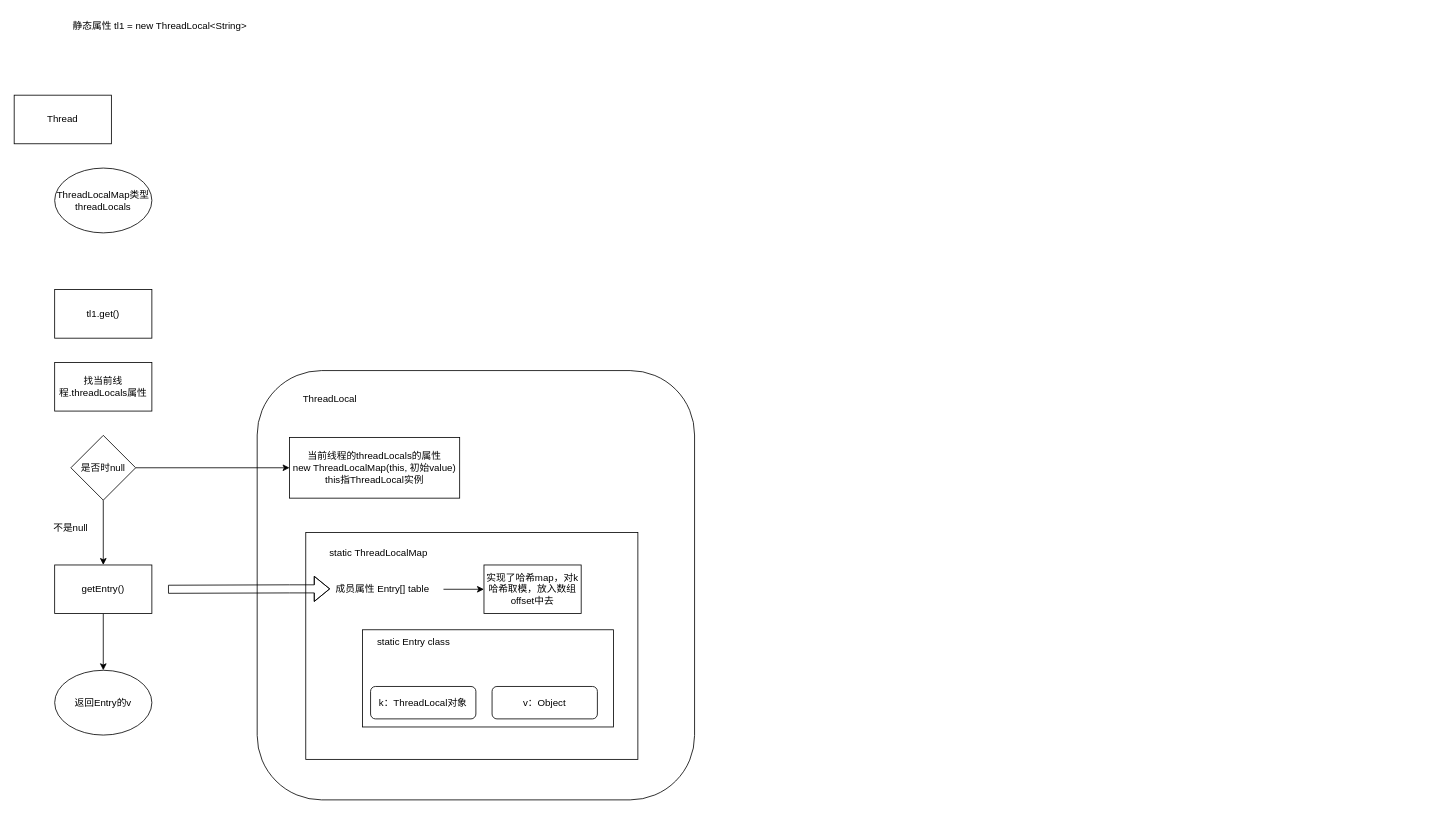
liponn/blog keeps this draw.io diagram as some.drawio. Above is the earlier version. Source tidied: cells renumbered, new cells numbered last; positions are measured from the earlier drawing's top-left corner, leaving out a move shared by most shapes. Both pictures are drawn from the tidied source at 81%, with x=0, y=0 at pixel (14, 14).
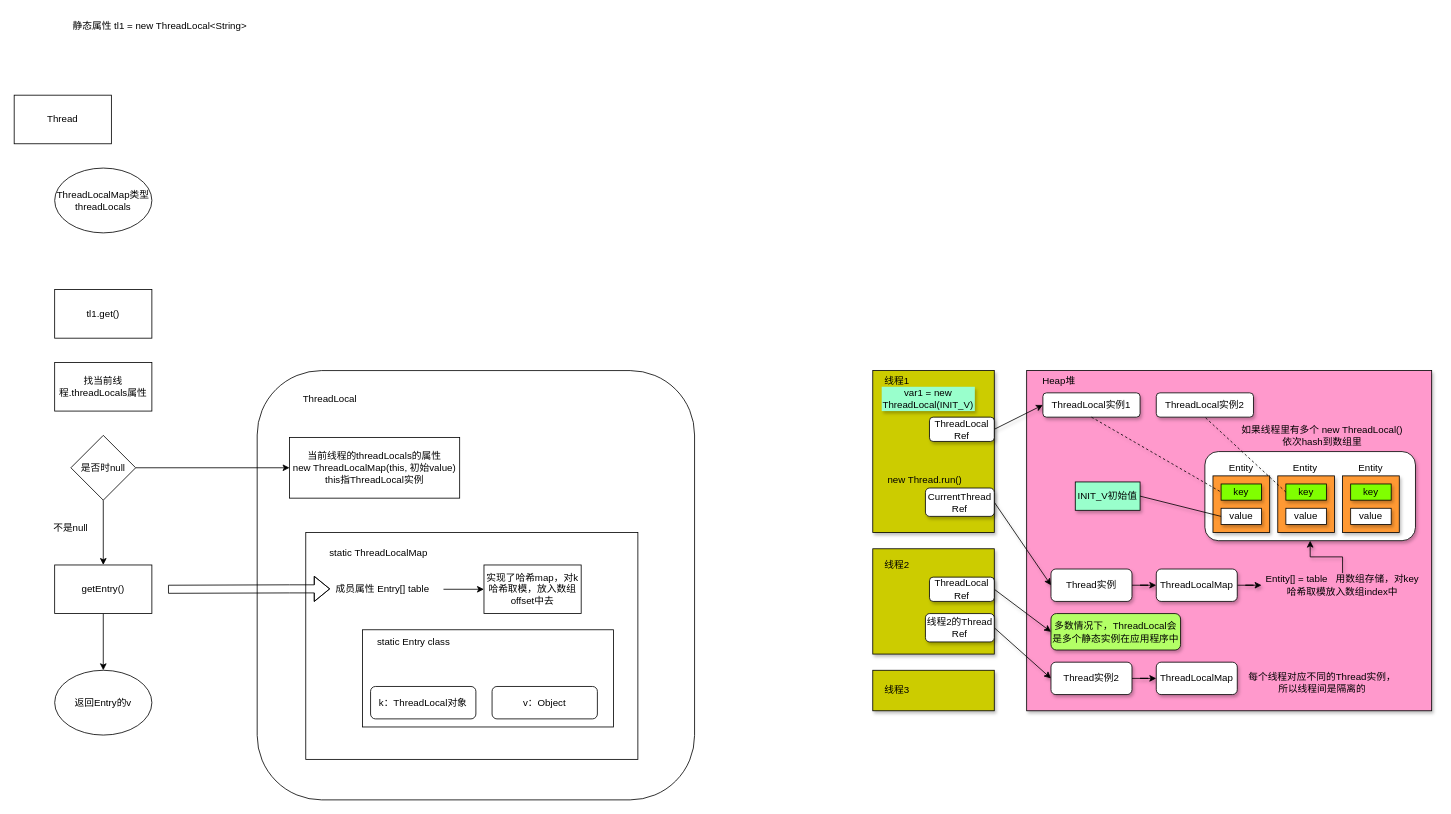
The same page after the edit.

What changed in the source:
```diff
@@
+    <mxCell id="27" style="rounded=0;whiteSpace=wrap;html=1;fillColor=#FF99CC;shadow=1;" parent="1" vertex="1">
+      <mxGeometry x="1250" y="440" width="500" height="420" as="geometry" />
+    </mxCell>
@@
+    <mxCell id="28" style="rounded=0;whiteSpace=wrap;html=1;fillColor=#CCCC00;shadow=1;" parent="1" vertex="1">
+      <mxGeometry x="1060" y="440" width="150" height="200" as="geometry" />
+    </mxCell>
+    <mxCell id="29" style="rounded=0;jettySize=auto;html=1;entryX=0;entryY=0.5;entryDx=0;entryDy=0;exitX=1;exitY=0.5;exitDx=0;exitDy=0;shadow=1;" parent="1" edge="1" source="30" target="33">
+      <mxGeometry relative="1" as="geometry" />
+    </mxCell>
+    <mxCell id="30" value="ThreadLocal&lt;div&gt;Ref&lt;/div&gt;" style="rounded=1;whiteSpace=wrap;html=1;shadow=1;" parent="1" vertex="1">
+      <mxGeometry x="1130" y="497.5" width="80" height="30" as="geometry" />
+    </mxCell>
+    <mxCell id="31" style="rounded=0;jettySize=auto;html=1;entryX=0;entryY=0.5;entryDx=0;entryDy=0;exitX=1;exitY=0.5;exitDx=0;exitDy=0;shadow=1;" parent="1" edge="1" source="32" target="38">
+      <mxGeometry relative="1" as="geometry" />
+    </mxCell>
+    <mxCell id="32" value="CurrentThread&lt;div&gt;Ref&lt;/div&gt;" style="rounded=1;whiteSpace=wrap;html=1;shadow=1;" parent="1" vertex="1">
+      <mxGeometry x="1125" y="585" width="85" height="35" as="geometry" />
+    </mxCell>
+    <mxCell id="33" value="ThreadLocal实例1" style="rounded=1;whiteSpace=wrap;html=1;shadow=1;" parent="1" vertex="1">
+      <mxGeometry x="1270" y="467.5" width="120" height="30" as="geometry" />
+    </mxCell>
+    <mxCell id="34" value="var1 = new ThreadLocal(INIT_V)" style="text;html=1;align=center;verticalAlign=middle;whiteSpace=wrap;rounded=0;fillColor=#99FFCC;shadow=1;" parent="1" vertex="1">
+      <mxGeometry x="1071" y="460" width="115" height="30" as="geometry" />
+    </mxCell>
+    <mxCell id="35" value="new Thread.run()" style="text;html=1;align=center;verticalAlign=middle;whiteSpace=wrap;rounded=0;shadow=1;" parent="1" vertex="1">
+      <mxGeometry x="1071" y="560" width="107" height="30" as="geometry" />
+    </mxCell>
+    <mxCell id="36" value="ThreadLocal实例2" style="rounded=1;whiteSpace=wrap;html=1;shadow=1;" parent="1" vertex="1">
+      <mxGeometry x="1410" y="467.5" width="120" height="30" as="geometry" />
+    </mxCell>
+    <mxCell id="37" style="edgeStyle=orthogonalEdgeStyle;rounded=0;jettySize=auto;html=1;entryX=0;entryY=0.5;entryDx=0;entryDy=0;shadow=1;" parent="1" edge="1" source="38" target="40">
+      <mxGeometry relative="1" as="geometry" />
+    </mxCell>
+    <mxCell id="38" value="Thread实例" style="rounded=1;whiteSpace=wrap;html=1;shadow=1;" parent="1" vertex="1">
+      <mxGeometry x="1280" y="685" width="100" height="40" as="geometry" />
+    </mxCell>
+    <mxCell id="39" style="edgeStyle=orthogonalEdgeStyle;rounded=0;jettySize=auto;html=1;entryX=0;entryY=0.5;entryDx=0;entryDy=0;shadow=1;" parent="1" edge="1" source="40" target="55">
+      <mxGeometry relative="1" as="geometry" />
+    </mxCell>
+    <mxCell id="40" value="ThreadLocalMap" style="rounded=1;whiteSpace=wrap;html=1;shadow=1;" parent="1" vertex="1">
+      <mxGeometry x="1410" y="685" width="100" height="40" as="geometry" />
+    </mxCell>
+    <mxCell id="41" style="rounded=1;whiteSpace=wrap;html=1;shadow=1;" parent="1" vertex="1">
+      <mxGeometry x="1470" y="540" width="260" height="110" as="geometry" />
+    </mxCell>
+    <mxCell id="42" style="rounded=0;whiteSpace=wrap;html=1;fillColor=#FF9933;shadow=1;" parent="1" vertex="1">
+      <mxGeometry x="1480" y="570" width="70" height="70" as="geometry" />
+    </mxCell>
+    <mxCell id="43" value="key" style="rounded=0;whiteSpace=wrap;html=1;fillColor=#80FF00;shadow=1;" parent="1" vertex="1">
+      <mxGeometry x="1490" y="580" width="50" height="20" as="geometry" />
+    </mxCell>
+    <mxCell id="44" value="value" style="rounded=0;whiteSpace=wrap;html=1;shadow=1;" parent="1" vertex="1">
+      <mxGeometry x="1490" y="610" width="50" height="20" as="geometry" />
+    </mxCell>
+    <mxCell id="45" style="rounded=0;whiteSpace=wrap;html=1;fillColor=#FF9933;shadow=1;" parent="1" vertex="1">
+      <mxGeometry x="1560" y="570" width="70" height="70" as="geometry" />
+    </mxCell>
+    <mxCell id="46" value="key" style="rounded=0;whiteSpace=wrap;html=1;fillColor=#80FF00;shadow=1;" parent="1" vertex="1">
+      <mxGeometry x="1570" y="580" width="50" height="20" as="geometry" />
+    </mxCell>
+    <mxCell id="47" value="value" style="rounded=0;whiteSpace=wrap;html=1;shadow=1;" parent="1" vertex="1">
+      <mxGeometry x="1570" y="610" width="50" height="20" as="geometry" />
+    </mxCell>
+    <mxCell id="48" style="rounded=0;whiteSpace=wrap;html=1;fillColor=#FF9933;shadow=1;" parent="1" vertex="1">
+      <mxGeometry x="1640" y="570" width="70" height="70" as="geometry" />
+    </mxCell>
+    <mxCell id="49" value="key" style="rounded=0;whiteSpace=wrap;html=1;fillColor=#80FF00;shadow=1;" parent="1" vertex="1">
+      <mxGeometry x="1650" y="580" width="50" height="20" as="geometry" />
+    </mxCell>
+    <mxCell id="50" value="value" style="rounded=0;whiteSpace=wrap;html=1;shadow=1;" parent="1" vertex="1">
+      <mxGeometry x="1650" y="610" width="50" height="20" as="geometry" />
+    </mxCell>
+    <mxCell id="51" value="Entity" style="text;html=1;align=center;verticalAlign=middle;whiteSpace=wrap;rounded=0;shadow=1;" parent="1" vertex="1">
+      <mxGeometry x="1485" y="545" width="60" height="30" as="geometry" />
+    </mxCell>
+    <mxCell id="52" value="Entity" style="text;html=1;align=center;verticalAlign=middle;whiteSpace=wrap;rounded=0;shadow=1;" parent="1" vertex="1">
+      <mxGeometry x="1564" y="545" width="60" height="30" as="geometry" />
+    </mxCell>
+    <mxCell id="53" value="Entity" style="text;html=1;align=center;verticalAlign=middle;whiteSpace=wrap;rounded=0;shadow=1;" parent="1" vertex="1">
+      <mxGeometry x="1645" y="545" width="60" height="30" as="geometry" />
+    </mxCell>
+    <mxCell id="54" style="edgeStyle=orthogonalEdgeStyle;rounded=0;jettySize=auto;html=1;entryX=0.5;entryY=1;entryDx=0;entryDy=0;shadow=1;" parent="1" edge="1" source="55" target="41">
+      <mxGeometry relative="1" as="geometry" />
+    </mxCell>
+    <mxCell id="55" value="Entity[] = table&amp;nbsp; &amp;nbsp;用数组存储，对key哈希取模放入数组index中" style="text;html=1;align=center;verticalAlign=middle;whiteSpace=wrap;rounded=0;shadow=1;" parent="1" vertex="1">
+      <mxGeometry x="1540" y="690" width="200" height="30" as="geometry" />
+    </mxCell>
+    <mxCell id="56" style="endArrow=none;dashed=1;html=1;rounded=0;entryX=0;entryY=0.5;entryDx=0;entryDy=0;exitX=0.5;exitY=1;exitDx=0;exitDy=0;shadow=1;" parent="1" edge="1" source="33" target="43">
+      <mxGeometry relative="1" as="geometry" />
+    </mxCell>
+    <mxCell id="57" style="endArrow=none;dashed=1;html=1;rounded=0;entryX=0.5;entryY=1;entryDx=0;entryDy=0;exitX=0;exitY=0.5;exitDx=0;exitDy=0;shadow=1;" parent="1" edge="1" source="46" target="36">
+      <mxGeometry relative="1" as="geometry" />
+    </mxCell>
+    <mxCell id="58" value="如果线程里有多个 new ThreadLocal() 依次hash到数组里" style="text;html=1;align=center;verticalAlign=middle;whiteSpace=wrap;rounded=0;shadow=1;" parent="1" vertex="1">
+      <mxGeometry x="1510" y="505" width="210" height="30" as="geometry" />
+    </mxCell>
+    <mxCell id="59" value="INIT_V初始值" style="rounded=0;whiteSpace=wrap;html=1;fillColor=#99FFCC;shadow=1;" parent="1" vertex="1">
+      <mxGeometry x="1310" y="577.5" width="80" height="35" as="geometry" />
+    </mxCell>
+    <mxCell id="60" style="endArrow=none;html=1;rounded=0;entryX=0;entryY=0.5;entryDx=0;entryDy=0;exitX=1;exitY=0.5;exitDx=0;exitDy=0;shadow=1;" parent="1" edge="1" source="59" target="44">
+      <mxGeometry relative="1" as="geometry" />
+    </mxCell>
+    <mxCell id="61" value="多数情况下，ThreadLocal会是多个静态实例在应用程序中" style="rounded=1;whiteSpace=wrap;html=1;fillColor=#B3FF66;shadow=1;" parent="1" vertex="1">
+      <mxGeometry x="1280" y="740" width="160" height="45" as="geometry" />
+    </mxCell>
+    <mxCell id="62" value="Heap堆" style="text;html=1;align=center;verticalAlign=middle;whiteSpace=wrap;rounded=0;shadow=1;" parent="1" vertex="1">
+      <mxGeometry x="1260" y="437.5" width="60" height="30" as="geometry" />
+    </mxCell>
+    <mxCell id="63" style="rounded=0;whiteSpace=wrap;html=1;fillColor=#CCCC00;shadow=1;" parent="1" vertex="1">
+      <mxGeometry x="1060" y="660" width="150" height="130" as="geometry" />
+    </mxCell>
+    <mxCell id="64" value="线程1" style="text;html=1;align=center;verticalAlign=middle;whiteSpace=wrap;rounded=0;shadow=1;" parent="1" vertex="1">
+      <mxGeometry x="1060" y="438" width="60" height="30" as="geometry" />
+    </mxCell>
+    <mxCell id="65" value="线程2" style="text;html=1;align=center;verticalAlign=middle;whiteSpace=wrap;rounded=0;shadow=1;" parent="1" vertex="1">
+      <mxGeometry x="1060" y="665" width="60" height="30" as="geometry" />
+    </mxCell>
+    <mxCell id="66" style="rounded=0;jettySize=auto;html=1;entryX=0;entryY=0.5;entryDx=0;entryDy=0;exitX=1;exitY=0.5;exitDx=0;exitDy=0;shadow=1;" parent="1" edge="1" source="67" target="61">
+      <mxGeometry relative="1" as="geometry" />
+    </mxCell>
+    <mxCell id="67" value="ThreadLocal&lt;div&gt;Ref&lt;/div&gt;" style="rounded=1;whiteSpace=wrap;html=1;shadow=1;" parent="1" vertex="1">
+      <mxGeometry x="1130" y="695" width="80" height="30" as="geometry" />
+    </mxCell>
+    <mxCell id="68" style="rounded=0;jettySize=auto;html=1;entryX=0;entryY=0.5;entryDx=0;entryDy=0;exitX=1;exitY=0.5;exitDx=0;exitDy=0;shadow=1;" parent="1" edge="1" source="69" target="71">
+      <mxGeometry relative="1" as="geometry" />
+    </mxCell>
+    <mxCell id="69" value="线程2的Thread&lt;div&gt;Ref&lt;/div&gt;" style="rounded=1;whiteSpace=wrap;html=1;shadow=1;" parent="1" vertex="1">
+      <mxGeometry x="1125" y="740" width="85" height="35" as="geometry" />
+    </mxCell>
+    <mxCell id="70" style="edgeStyle=orthogonalEdgeStyle;rounded=0;jettySize=auto;html=1;entryX=0;entryY=0.5;entryDx=0;entryDy=0;shadow=1;" parent="1" edge="1" source="71" target="72">
+      <mxGeometry relative="1" as="geometry" />
+    </mxCell>
+    <mxCell id="71" value="Thread实例2" style="rounded=1;whiteSpace=wrap;html=1;shadow=1;" parent="1" vertex="1">
+      <mxGeometry x="1280" y="800" width="100" height="40" as="geometry" />
+    </mxCell>
+    <mxCell id="72" value="ThreadLocalMap" style="rounded=1;whiteSpace=wrap;html=1;shadow=1;" parent="1" vertex="1">
+      <mxGeometry x="1410" y="800" width="100" height="40" as="geometry" />
+    </mxCell>
+    <mxCell id="73" value="每个线程对应不同的Thread实例，所以线程间是隔离的" style="text;html=1;align=center;verticalAlign=middle;whiteSpace=wrap;rounded=0;shadow=1;" parent="1" vertex="1">
+      <mxGeometry x="1520" y="810" width="190" height="30" as="geometry" />
+    </mxCell>
+    <mxCell id="74" style="rounded=0;whiteSpace=wrap;html=1;fillColor=#CCCC00;shadow=1;" parent="1" vertex="1">
+      <mxGeometry x="1060" y="810" width="150" height="50" as="geometry" />
+    </mxCell>
+    <mxCell id="75" value="线程3" style="text;html=1;align=center;verticalAlign=middle;whiteSpace=wrap;rounded=0;shadow=1;" parent="1" vertex="1">
+      <mxGeometry x="1060" y="820" width="60" height="30" as="geometry" />
+    </mxCell>
```
